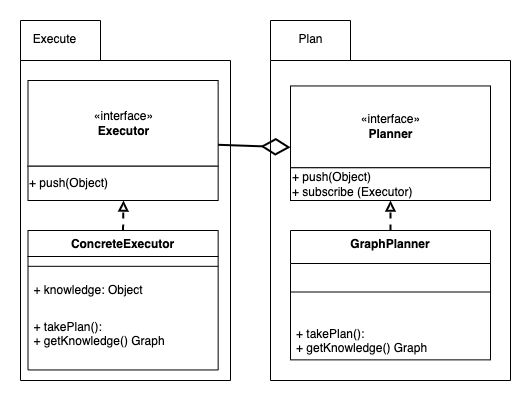
This is fig/png/static_model_PE.drawio.png from Sylv-Lej/thesis-separation-concerns, a draw.io export, as it was before one commit. Source tidied: cells renumbered, new cells last; positions are measured from the earlier drawing's top-left corner, leaving out a move shared by most shapes. The source it was exported from:
```xml
<mxGraphModel>
  <root>
    <mxCell id="0" />
    <mxCell id="1" parent="0" />
    <mxCell id="2" style="edgeStyle=orthogonalEdgeStyle;rounded=0;jettySize=auto;html=1;exitX=0.5;exitY=0;exitDx=0;exitDy=0;dashed=1;endArrow=block;endFill=0;strokeWidth=2;" parent="1" edge="1" source="18">
      <mxGeometry relative="1" as="geometry">
        <mxPoint x="370" y="180" as="targetPoint" />
      </mxGeometry>
    </mxCell>
    <mxCell id="3" style="group;" parent="1" vertex="1">
      <mxGeometry width="210" height="360" as="geometry" />
    </mxCell>
    <mxCell id="4" style="shape=folder;fontStyle=1;spacingTop=10;tabWidth=80;tabHeight=40;tabPosition=left;html=1;" parent="3" vertex="1">
      <mxGeometry width="210" height="360" as="geometry" />
    </mxCell>
    <mxCell id="5" value="Execute" style="text;html=1;align=center;verticalAlign=middle;strokeColor=none;" parent="3" vertex="1">
      <mxGeometry x="3.8" y="8.6" width="60" height="20" as="geometry" />
    </mxCell>
    <mxCell id="6" value="ConcreteExecutor" style="swimlane;fontStyle=1;align=center;verticalAlign=top;horizontal=1;startSize=26;" parent="3" vertex="1">
      <mxGeometry x="7.5" y="210" width="190.1" height="139.5" as="geometry" />
    </mxCell>
    <mxCell id="7" style="line;strokeWidth=1;fillColor=none;align=left;verticalAlign=middle;spacingTop=-1;spacingLeft=3;spacingRight=3;labelPosition=right;" parent="6" vertex="1">
      <mxGeometry y="26" width="190.1" height="19.6" as="geometry" />
    </mxCell>
    <mxCell id="8" value="+ knowledge: Object&#10;&#10;&#10;&#10;&#10;" style="text;strokeColor=none;fillColor=none;align=left;verticalAlign=top;spacingLeft=4;spacingRight=4;overflow=hidden;" parent="6" vertex="1">
      <mxGeometry y="45.6" width="190.1" height="37.1" as="geometry" />
    </mxCell>
    <mxCell id="9" value="+ takePlan():&#10;+ getKnowledge() Graph" style="text;strokeColor=none;fillColor=none;align=left;verticalAlign=top;spacingLeft=4;spacingRight=4;overflow=hidden;" parent="6" vertex="1">
      <mxGeometry y="82.7" width="190.1" height="56.7" as="geometry" />
    </mxCell>
    <mxCell id="10" style="group;" parent="3" vertex="1">
      <mxGeometry x="7.5" y="60" width="190.1" height="120" as="geometry" />
    </mxCell>
    <mxCell id="11" value="«interface»&lt;br&gt;&lt;span style=&quot;font-weight: 700&quot;&gt;Executor&lt;/span&gt;" style="html=1;" parent="10" vertex="1">
      <mxGeometry width="190.1" height="85.7" as="geometry" />
    </mxCell>
    <mxCell id="12" value="+ push(Object)" style="html=1;align=left;" parent="10" vertex="1">
      <mxGeometry y="85.7" width="190.1" height="34.3" as="geometry" />
    </mxCell>
    <mxCell id="13" style="edgeStyle=orthogonalEdgeStyle;rounded=0;jettySize=auto;html=1;exitX=0.5;exitY=0;exitDx=0;exitDy=0;dashed=1;endArrow=block;endFill=0;strokeWidth=2;" parent="1" edge="1" source="6">
      <mxGeometry relative="1" as="geometry">
        <mxPoint x="103" y="180" as="targetPoint" />
      </mxGeometry>
    </mxCell>
    <mxCell id="14" value="knowledge: Object" style="text;html=1;align=center;verticalAlign=middle;strokeColor=none;" parent="1" vertex="1">
      <mxGeometry x="280" y="250" width="110" height="20" as="geometry" />
    </mxCell>
    <mxCell id="15" style="shape=folder;fontStyle=1;spacingTop=10;tabWidth=80;tabHeight=40;tabPosition=left;html=1;" parent="1" vertex="1">
      <mxGeometry x="250" width="240" height="360" as="geometry" />
    </mxCell>
    <mxCell id="16" value="Plan" style="text;html=1;align=center;verticalAlign=middle;strokeColor=none;" parent="1" vertex="1">
      <mxGeometry x="270" y="8.6" width="40" height="20" as="geometry" />
    </mxCell>
    <mxCell id="17" style="edgeStyle=orthogonalEdgeStyle;rounded=0;jettySize=auto;html=1;exitX=0.5;exitY=0;exitDx=0;exitDy=0;entryX=0.5;entryY=1;entryDx=0;entryDy=0;endArrow=block;endFill=0;strokeWidth=2;dashed=1;" parent="1" edge="1" source="18" target="23">
      <mxGeometry relative="1" as="geometry" />
    </mxCell>
    <mxCell id="18" value="GraphPlanner" style="swimlane;fontStyle=1;align=center;verticalAlign=top;horizontal=1;startSize=33;" parent="1" vertex="1">
      <mxGeometry x="270" y="210" width="200" height="129.4" as="geometry" />
    </mxCell>
    <mxCell id="19" style="line;strokeWidth=1;fillColor=none;align=left;verticalAlign=middle;spacingTop=-1;spacingLeft=3;spacingRight=3;labelPosition=right;" parent="18" vertex="1">
      <mxGeometry y="33" width="200" height="57" as="geometry" />
    </mxCell>
    <mxCell id="20" value="+ takePlan():&#10;+ getKnowledge() Graph" style="text;strokeColor=none;fillColor=none;align=left;verticalAlign=top;spacingLeft=4;spacingRight=4;overflow=hidden;" parent="18" vertex="1">
      <mxGeometry y="90" width="200" height="39.4" as="geometry" />
    </mxCell>
    <mxCell id="21" style="group;" parent="1" vertex="1">
      <mxGeometry x="270" y="65.5" width="200" height="114.5" as="geometry" />
    </mxCell>
    <mxCell id="22" value="«interface»&lt;br&gt;&lt;span style=&quot;font-weight: 700&quot;&gt;Planner&lt;/span&gt;" style="html=1;" parent="21" vertex="1">
      <mxGeometry width="200" height="81.8" as="geometry" />
    </mxCell>
    <mxCell id="23" value="+ push(Object)&lt;br&gt;+ subscribe (Executor)" style="html=1;align=left;" parent="21" vertex="1">
      <mxGeometry y="81.8" width="200" height="32.7" as="geometry" />
    </mxCell>
    <mxCell id="24" style="endArrow=diamondThin;endFill=0;endSize=24;html=1;strokeWidth=2;exitX=1;exitY=0.75;exitDx=0;exitDy=0;entryX=0;entryY=0.75;entryDx=0;entryDy=0;" parent="1" edge="1" source="11" target="22">
      <mxGeometry relative="1" as="geometry" />
    </mxCell>
  </root>
</mxGraphModel>
```
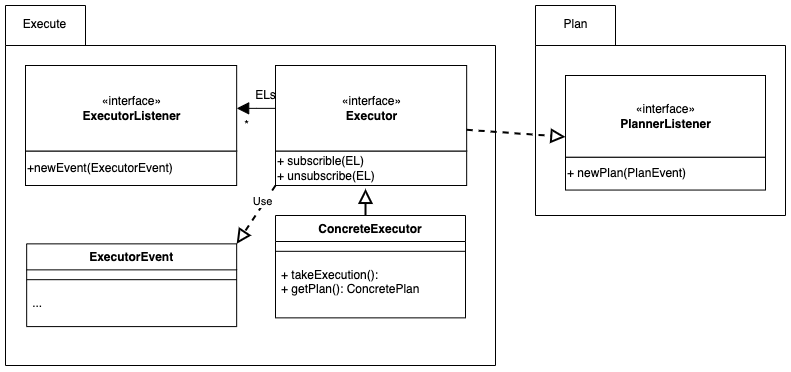
The same file after the commit.

Change to the diagram source:
```diff
@@ -2,77 +2,96 @@
   <root>
     <mxCell id="0" />
     <mxCell id="1" parent="0" />
-    <mxCell id="2" style="edgeStyle=orthogonalEdgeStyle;rounded=0;jettySize=auto;html=1;exitX=0.5;exitY=0;exitDx=0;exitDy=0;dashed=1;endArrow=block;endFill=0;strokeWidth=2;" parent="1" edge="1" source="18">
+    <mxCell id="2" style="edgeStyle=orthogonalEdgeStyle;rounded=0;orthogonalLoop=1;jettySize=auto;html=1;exitX=0.5;exitY=0;exitDx=0;exitDy=0;dashed=1;endArrow=block;endFill=0;strokeWidth=2;" parent="1" edge="1">
       <mxGeometry relative="1" as="geometry">
+        <mxPoint x="370" y="210" as="sourcePoint" />
         <mxPoint x="370" y="180" as="targetPoint" />
       </mxGeometry>
     </mxCell>
     <mxCell id="3" style="group;" parent="1" vertex="1">
-      <mxGeometry width="210" height="360" as="geometry" />
+      <mxGeometry x="-280" width="490" height="360" as="geometry" />
     </mxCell>
     <mxCell id="4" style="shape=folder;fontStyle=1;spacingTop=10;tabWidth=80;tabHeight=40;tabPosition=left;html=1;" parent="3" vertex="1">
-      <mxGeometry width="210" height="360" as="geometry" />
+      <mxGeometry width="490" height="360" as="geometry" />
     </mxCell>
     <mxCell id="5" value="Execute" style="text;html=1;align=center;verticalAlign=middle;strokeColor=none;" parent="3" vertex="1">
-      <mxGeometry x="3.8" y="8.6" width="60" height="20" as="geometry" />
+      <mxGeometry x="8.8" y="8.6" width="60" height="20" as="geometry" />
     </mxCell>
     <mxCell id="6" value="ConcreteExecutor" style="swimlane;fontStyle=1;align=center;verticalAlign=top;horizontal=1;startSize=26;" parent="3" vertex="1">
-      <mxGeometry x="7.5" y="210" width="190.1" height="139.5" as="geometry" />
+      <mxGeometry x="270" y="210" width="190" height="102.4" as="geometry" />
     </mxCell>
     <mxCell id="7" style="line;strokeWidth=1;fillColor=none;align=left;verticalAlign=middle;spacingTop=-1;spacingLeft=3;spacingRight=3;labelPosition=right;" parent="6" vertex="1">
-      <mxGeometry y="26" width="190.1" height="19.6" as="geometry" />
+      <mxGeometry y="26" width="190" height="19.6" as="geometry" />
     </mxCell>
-    <mxCell id="8" value="+ knowledge: Object&#10;&#10;&#10;&#10;&#10;" style="text;strokeColor=none;fillColor=none;align=left;verticalAlign=top;spacingLeft=4;spacingRight=4;overflow=hidden;" parent="6" vertex="1">
-      <mxGeometry y="45.6" width="190.1" height="37.1" as="geometry" />
-    </mxCell>
-    <mxCell id="9" value="+ takePlan():&#10;+ getKnowledge() Graph" style="text;strokeColor=none;fillColor=none;align=left;verticalAlign=top;spacingLeft=4;spacingRight=4;overflow=hidden;" parent="6" vertex="1">
-      <mxGeometry y="82.7" width="190.1" height="56.7" as="geometry" />
+    <mxCell id="9" value="+ takeExecution():&#10;+ getPlan(): ConcretePlan" style="text;strokeColor=none;fillColor=none;align=left;verticalAlign=top;spacingLeft=4;spacingRight=4;overflow=hidden;" parent="6" vertex="1">
+      <mxGeometry y="45.6" width="190" height="56.7" as="geometry" />
     </mxCell>
     <mxCell id="10" style="group;" parent="3" vertex="1">
-      <mxGeometry x="7.5" y="60" width="190.1" height="120" as="geometry" />
+      <mxGeometry x="270" y="60" width="191.2" height="120" as="geometry" />
     </mxCell>
     <mxCell id="11" value="«interface»&lt;br&gt;&lt;span style=&quot;font-weight: 700&quot;&gt;Executor&lt;/span&gt;" style="html=1;" parent="10" vertex="1">
-      <mxGeometry width="190.1" height="85.7" as="geometry" />
+      <mxGeometry width="191.2" height="85.7" as="geometry" />
     </mxCell>
-    <mxCell id="12" value="+ push(Object)" style="html=1;align=left;" parent="10" vertex="1">
-      <mxGeometry y="85.7" width="190.1" height="34.3" as="geometry" />
+    <mxCell id="12" value="+ subscrible(EL)&lt;br&gt;+ unsubscribe(EL)" style="html=1;align=left;" parent="10" vertex="1">
+      <mxGeometry y="85.7" width="191.2" height="34.3" as="geometry" />
     </mxCell>
-    <mxCell id="13" style="edgeStyle=orthogonalEdgeStyle;rounded=0;jettySize=auto;html=1;exitX=0.5;exitY=0;exitDx=0;exitDy=0;dashed=1;endArrow=block;endFill=0;strokeWidth=2;" parent="1" edge="1" source="6">
+    <mxCell id="13" style="edgeStyle=orthogonalEdgeStyle;rounded=0;jettySize=auto;html=1;endArrow=block;endFill=0;strokeWidth=2;entryX=0.471;entryY=1.096;entryDx=0;entryDy=0;entryPerimeter=0;endSize=10;" parent="3" edge="1" target="12">
       <mxGeometry relative="1" as="geometry">
-        <mxPoint x="103" y="180" as="targetPoint" />
+        <mxPoint x="360" y="210" as="sourcePoint" />
+        <Array as="points">
+          <mxPoint x="360" y="210" />
+        </Array>
       </mxGeometry>
     </mxCell>
-    <mxCell id="14" value="knowledge: Object" style="text;html=1;align=center;verticalAlign=middle;strokeColor=none;" parent="1" vertex="1">
-      <mxGeometry x="280" y="250" width="110" height="20" as="geometry" />
-    </mxCell>
+    <mxCell id="25" style="group;" parent="3" vertex="1">
+      <mxGeometry x="20" y="60" width="211.2" height="120" as="geometry" />
+    </mxCell>
+    <mxCell id="26" value="«interface»&lt;br&gt;&lt;span style=&quot;font-weight: 700&quot;&gt;ExecutorListener&lt;/span&gt;" style="html=1;" parent="25" vertex="1">
+      <mxGeometry width="211.2" height="85.7" as="geometry" />
+    </mxCell>
+    <mxCell id="27" value="+newEvent(ExecutorEvent)" style="html=1;align=left;" parent="25" vertex="1">
+      <mxGeometry y="85.7" width="211.2" height="34.3" as="geometry" />
+    </mxCell>
+    <mxCell id="28" value="ExecutorEvent" style="swimlane;fontStyle=1;align=center;verticalAlign=top;horizontal=1;startSize=26;" parent="3" vertex="1">
+      <mxGeometry x="21.2" y="238.4" width="210" height="82.7" as="geometry" />
+    </mxCell>
+    <mxCell id="29" style="line;strokeWidth=1;fillColor=none;align=left;verticalAlign=middle;spacingTop=-1;spacingLeft=3;spacingRight=3;labelPosition=right;" parent="28" vertex="1">
+      <mxGeometry y="26" width="210" height="19.6" as="geometry" />
+    </mxCell>
+    <mxCell id="30" value="..." style="text;strokeColor=none;fillColor=none;align=left;verticalAlign=top;spacingLeft=4;spacingRight=4;overflow=hidden;" parent="28" vertex="1">
+      <mxGeometry y="45.6" width="210" height="37.1" as="geometry" />
+    </mxCell>
+    <mxCell id="31" style="endArrow=block;endFill=0;endSize=10;html=1;strokeWidth=2;exitX=0;exitY=1;exitDx=0;exitDy=0;entryX=1;entryY=0;entryDx=0;entryDy=0;dashed=1;" parent="3" edge="1" source="12" target="28">
+      <mxGeometry relative="1" as="geometry" />
+    </mxCell>
+    <mxCell id="32" value="Use" style="edgeLabel;html=1;align=center;verticalAlign=middle;" parent="31" vertex="1">
+      <mxGeometry x="-0.4" y="-2" relative="1" as="geometry" />
+    </mxCell>
+    <mxCell id="33" style="edgeStyle=orthogonalEdgeStyle;rounded=0;jettySize=auto;html=1;entryX=1;entryY=0.5;entryDx=0;entryDy=0;endArrow=block;endFill=1;endSize=10;" parent="3" edge="1" source="11" target="26">
+      <mxGeometry relative="1" as="geometry" />
+    </mxCell>
+    <mxCell id="34" value="ELs" style="text;html=1;align=center;verticalAlign=middle;strokeColor=none;fillColor=none;" parent="3" vertex="1">
+      <mxGeometry x="240" y="80" width="40" height="20" as="geometry" />
+    </mxCell>
+    <mxCell id="35" value="*" style="text;html=1;align=center;verticalAlign=middle;strokeColor=none;fillColor=none;" parent="3" vertex="1">
+      <mxGeometry x="231.2" y="110" width="20" height="20" as="geometry" />
+    </mxCell>
     <mxCell id="15" style="shape=folder;fontStyle=1;spacingTop=10;tabWidth=80;tabHeight=40;tabPosition=left;html=1;" parent="1" vertex="1">
-      <mxGeometry x="250" width="240" height="360" as="geometry" />
+      <mxGeometry x="250" width="250" height="210" as="geometry" />
     </mxCell>
     <mxCell id="16" value="Plan" style="text;html=1;align=center;verticalAlign=middle;strokeColor=none;" parent="1" vertex="1">
       <mxGeometry x="270" y="8.6" width="40" height="20" as="geometry" />
     </mxCell>
-    <mxCell id="17" style="edgeStyle=orthogonalEdgeStyle;rounded=0;jettySize=auto;html=1;exitX=0.5;exitY=0;exitDx=0;exitDy=0;entryX=0.5;entryY=1;entryDx=0;entryDy=0;endArrow=block;endFill=0;strokeWidth=2;dashed=1;" parent="1" edge="1" source="18" target="23">
-      <mxGeometry relative="1" as="geometry" />
-    </mxCell>
-    <mxCell id="18" value="GraphPlanner" style="swimlane;fontStyle=1;align=center;verticalAlign=top;horizontal=1;startSize=33;" parent="1" vertex="1">
-      <mxGeometry x="270" y="210" width="200" height="129.4" as="geometry" />
-    </mxCell>
-    <mxCell id="19" style="line;strokeWidth=1;fillColor=none;align=left;verticalAlign=middle;spacingTop=-1;spacingLeft=3;spacingRight=3;labelPosition=right;" parent="18" vertex="1">
-      <mxGeometry y="33" width="200" height="57" as="geometry" />
-    </mxCell>
-    <mxCell id="20" value="+ takePlan():&#10;+ getKnowledge() Graph" style="text;strokeColor=none;fillColor=none;align=left;verticalAlign=top;spacingLeft=4;spacingRight=4;overflow=hidden;" parent="18" vertex="1">
-      <mxGeometry y="90" width="200" height="39.4" as="geometry" />
-    </mxCell>
     <mxCell id="21" style="group;" parent="1" vertex="1">
-      <mxGeometry x="270" y="65.5" width="200" height="114.5" as="geometry" />
+      <mxGeometry x="280" y="70" width="200" height="114.5" as="geometry" />
     </mxCell>
-    <mxCell id="22" value="«interface»&lt;br&gt;&lt;span style=&quot;font-weight: 700&quot;&gt;Planner&lt;/span&gt;" style="html=1;" parent="21" vertex="1">
+    <mxCell id="22" value="«interface»&lt;br&gt;&lt;span style=&quot;font-weight: 700&quot;&gt;PlannerListener&lt;/span&gt;" style="html=1;" parent="21" vertex="1">
       <mxGeometry width="200" height="81.8" as="geometry" />
     </mxCell>
-    <mxCell id="23" value="+ push(Object)&lt;br&gt;+ subscribe (Executor)" style="html=1;align=left;" parent="21" vertex="1">
+    <mxCell id="23" value="+ newPlan(PlanEvent)" style="html=1;align=left;" parent="21" vertex="1">
       <mxGeometry y="81.8" width="200" height="32.7" as="geometry" />
     </mxCell>
-    <mxCell id="24" style="endArrow=diamondThin;endFill=0;endSize=24;html=1;strokeWidth=2;exitX=1;exitY=0.75;exitDx=0;exitDy=0;entryX=0;entryY=0.75;entryDx=0;entryDy=0;" parent="1" edge="1" source="11" target="22">
+    <mxCell id="24" style="endArrow=block;endFill=0;endSize=10;html=1;strokeWidth=2;exitX=1;exitY=0.75;exitDx=0;exitDy=0;entryX=0;entryY=0.75;entryDx=0;entryDy=0;dashed=1;" parent="1" edge="1" source="11" target="22">
       <mxGeometry relative="1" as="geometry" />
     </mxCell>
   </root>
```
